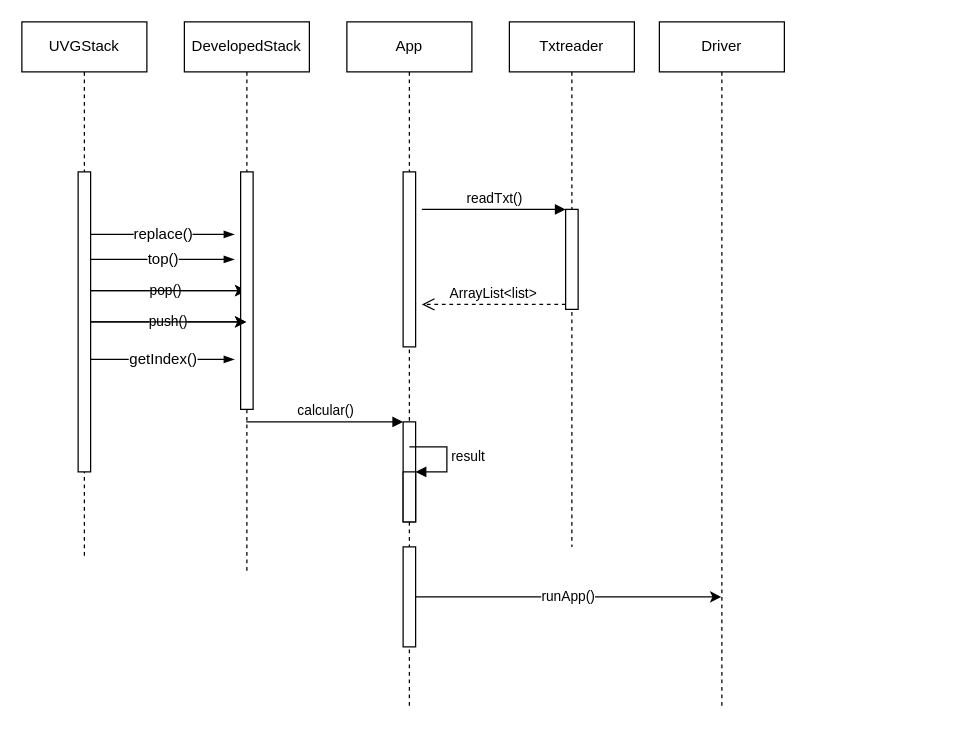
Brariv/HDT4 keeps this draw.io diagram as src/main/UMLSecuencial.drawio. Above is the earlier version. Source tidied: cells renumbered, new cells numbered last; positions are measured from the earlier drawing's top-left corner, leaving out a move shared by most shapes. Both pictures are drawn from the tidied source at 125%, with x=0, y=0 at pixel (21, 21).
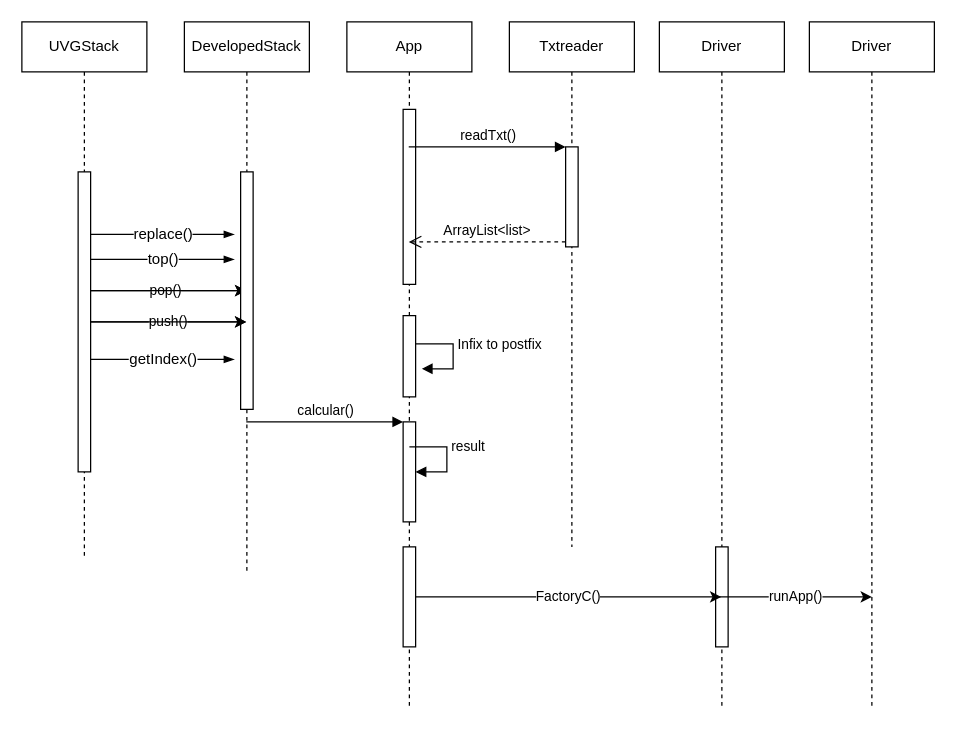
Above is the later version.

The change refers to these unchanged cells:
```xml
<mxCell id="9" value="Txtreader" style="shape=umlLifeline;perimeter=lifelinePerimeter;whiteSpace=wrap;html=1;" parent="1" vertex="1">
  <mxGeometry x="390" width="100" height="420" as="geometry" />
</mxCell>
<mxCell id="11" value="App" style="shape=umlLifeline;perimeter=lifelinePerimeter;whiteSpace=wrap;html=1;outlineConnect=0;" parent="1" vertex="1">
  <mxGeometry x="260" width="100" height="550" as="geometry" />
</mxCell>
<mxCell id="16" style="html=1;points=[];perimeter=orthogonalPerimeter;" parent="11" vertex="1">
  <mxGeometry x="45" y="420" width="10" height="80" as="geometry" />
</mxCell>
<mxCell id="19" value="Driver&lt;br&gt;" style="shape=umlLifeline;perimeter=lifelinePerimeter;whiteSpace=wrap;html=1;outlineConnect=0;" parent="1" vertex="1">
  <mxGeometry x="510" width="100" height="550" as="geometry" />
</mxCell>
```

Diff of the diagram source:
```diff
@@
     <mxCell id="10" style="html=1;points=[];perimeter=orthogonalPerimeter;" parent="9" vertex="1">
-      <mxGeometry x="45" y="150" width="10" height="80" as="geometry" />
+      <mxGeometry x="45" y="100" width="10" height="80" as="geometry" />
     </mxCell>
@@
     <mxCell id="12" style="html=1;perimeter=orthogonalPerimeter;" parent="11" vertex="1">
-      <mxGeometry x="45" y="120" width="10" height="140" as="geometry" />
+      <mxGeometry x="45" y="70" width="10" height="140" as="geometry" />
     </mxCell>
@@
-    <mxCell id="14" style="html=1;points=[];perimeter=orthogonalPerimeter;" parent="11" vertex="1">
-      <mxGeometry x="45" y="360" width="10" height="40" as="geometry" />
-    </mxCell>
-    <mxCell id="15" value="result" style="edgeStyle=orthogonalEdgeStyle;html=1;align=left;spacingLeft=2;endArrow=block;rounded=0;entryX=1;entryY=0;" parent="11" edge="1" target="14">
-      <mxGeometry relative="1" as="geometry">
+    <mxCell id="15" value="result" style="edgeStyle=orthogonalEdgeStyle;html=1;align=left;spacingLeft=2;endArrow=block;rounded=0;entryX=1;entryY=0;" parent="11" edge="1">
+      <mxGeometry x="-0.2" relative="1" as="geometry">
         <mxPoint x="50" y="340" as="sourcePoint" />
+        <mxPoint x="55" y="360" as="targetPoint" />
         <Array as="points">
           <mxPoint x="80" y="340" />
         </Array>
       </mxGeometry>
     </mxCell>
@@
+    <mxCell id="26" style="html=1;perimeter=orthogonalPerimeter;" parent="11" vertex="1">
+      <mxGeometry x="45" y="235" width="10" height="65" as="geometry" />
+    </mxCell>
+    <mxCell id="27" value="Infix to postfix" style="edgeStyle=orthogonalEdgeStyle;html=1;align=left;spacingLeft=2;endArrow=block;rounded=0;entryX=1;entryY=0;" parent="11" edge="1">
+      <mxGeometry x="-0.2" relative="1" as="geometry">
+        <mxPoint x="55" y="257.5" as="sourcePoint" />
+        <mxPoint x="60" y="277.5" as="targetPoint" />
+        <Array as="points">
+          <mxPoint x="85" y="257.5" />
+        </Array>
+      </mxGeometry>
+    </mxCell>
@@
+    <mxCell id="28" style="html=1;perimeter=orthogonalPerimeter;" parent="19" vertex="1">
+      <mxGeometry x="45" y="420" width="10" height="80" as="geometry" />
+    </mxCell>
@@
-    <mxCell id="22" value="readTxt()" style="html=1;verticalAlign=bottom;endArrow=block;entryX=0;entryY=0;" parent="1" edge="1" target="10">
-      <mxGeometry relative="1" as="geometry">
-        <mxPoint x="320" y="150" as="sourcePoint" />
-      </mxGeometry>
+    <mxCell id="22" value="readTxt()" style="html=1;verticalAlign=bottom;endArrow=block;entryX=0;entryY=0;" parent="1" edge="1" source="11" target="10">
+      <mxGeometry relative="1" as="geometry" />
     </mxCell>
-    <mxCell id="23" value="ArrayList&amp;lt;list&amp;gt;" style="html=1;verticalAlign=bottom;endArrow=open;dashed=1;endSize=8;exitX=0;exitY=0.95;" parent="1" edge="1" source="10">
-      <mxGeometry relative="1" as="geometry">
-        <mxPoint x="320" y="226" as="targetPoint" />
-      </mxGeometry>
+    <mxCell id="23" value="ArrayList&amp;lt;list&amp;gt;" style="html=1;verticalAlign=bottom;endArrow=open;dashed=1;endSize=8;exitX=0;exitY=0.95;" parent="1" edge="1" source="10" target="11">
+      <mxGeometry relative="1" as="geometry" />
     </mxCell>
@@
-    <mxCell id="25" value="runApp()" style="edgeStyle=none;html=1;" parent="1" edge="1" source="16" target="19">
+    <mxCell id="25" value="FactoryC()" style="edgeStyle=none;html=1;" parent="1" edge="1" source="16" target="19">
       <mxGeometry relative="1" as="geometry" />
     </mxCell>
+    <mxCell id="29" value="Driver&lt;br&gt;" style="shape=umlLifeline;perimeter=lifelinePerimeter;whiteSpace=wrap;html=1;" parent="1" vertex="1">
+      <mxGeometry x="630" width="100" height="550" as="geometry" />
+    </mxCell>
+    <mxCell id="30" value="runApp()" style="edgeStyle=none;html=1;" parent="1" edge="1">
+      <mxGeometry relative="1" as="geometry">
+        <mxPoint x="557.8" y="460" as="sourcePoint" />
+        <mxPoint x="680" y="460" as="targetPoint" />
+      </mxGeometry>
+    </mxCell>
```
